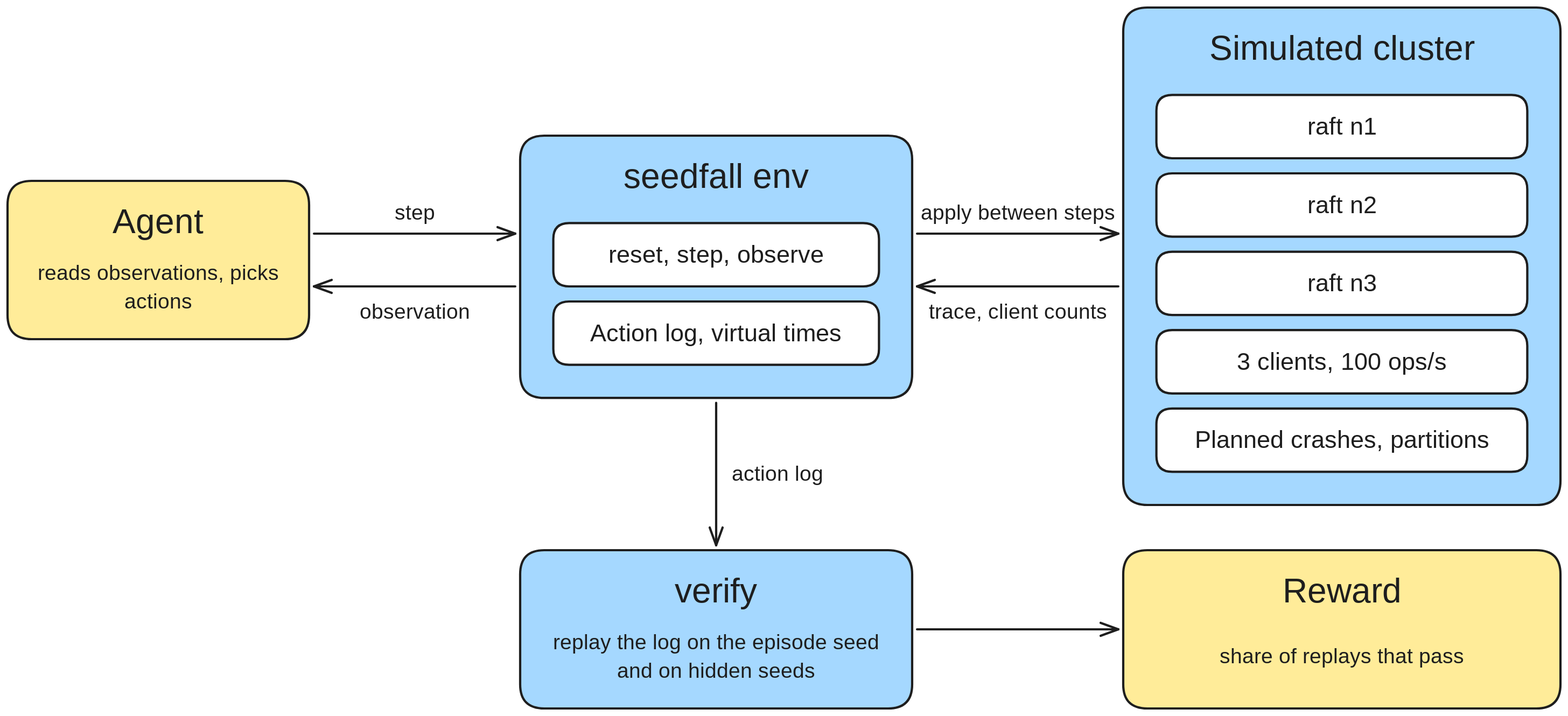
This is docs/assets/diagrams/operator.svg from kunalgoesbyken/seedfall, a Excalidraw export, as it was before one commit. Source tidied: one line per element, renumbered; positions are measured from the earlier drawing's top-left corner, leaving out a move shared by most shapes.
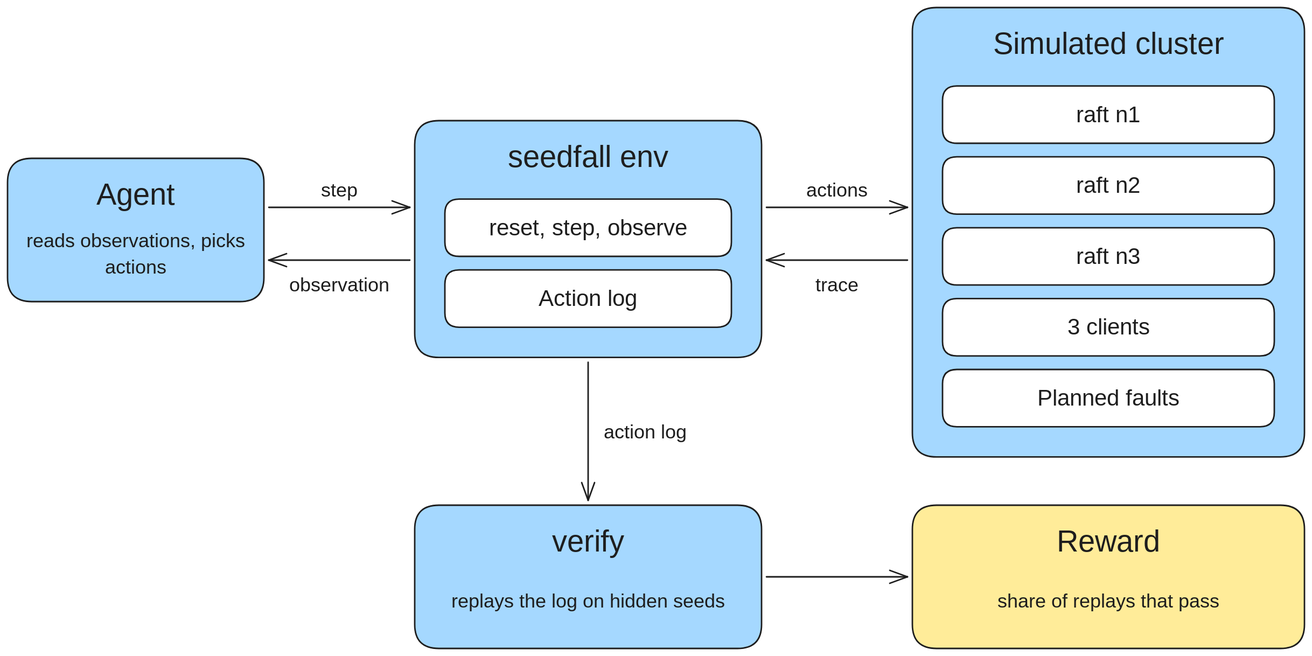
The same diagram one commit later.

What changed in the source:
```diff
@@ -1,51 +1,51 @@
-{"id": 0, "type": "rectangle", "strokeColor": "#1e1e1e", "backgroundColor": "#ffec99", "fillStyle": "solid", "strokeWidth": 3, "roughness": 0, "round": true, "x": 0, "y": 230, "width": 400, "height": 210}
-{"id": 1, "type": "rectangle", "strokeColor": "transparent", "strokeWidth": 2, "roughness": 1, "x": 0, "y": 248, "width": 400, "height": 73}
-{"id": 2, "type": "rectangle", "strokeColor": "transparent", "strokeWidth": 2, "roughness": 1, "x": 20, "y": 320, "width": 360, "height": 102}
-{"id": 3, "type": "rectangle", "strokeColor": "#1e1e1e", "backgroundColor": "#a5d8ff", "fillStyle": "solid", "strokeWidth": 3, "roughness": 0, "round": true, "x": 680, "y": 170, "width": 520, "height": 348}
-{"id": 4, "type": "rectangle", "strokeColor": "transparent", "strokeWidth": 2, "roughness": 1, "x": 680, "y": 188, "width": 520, "height": 73}
-{"id": 5, "type": "rectangle", "strokeColor": "#1e1e1e", "backgroundColor": "#ffffff", "fillStyle": "solid", "strokeWidth": 3, "roughness": 0, "round": true, "x": 724, "y": 286, "width": 432, "height": 84}
-{"id": 6, "type": "rectangle", "strokeColor": "#1e1e1e", "backgroundColor": "#ffffff", "fillStyle": "solid", "strokeWidth": 3, "roughness": 0, "round": true, "x": 724, "y": 390, "width": 432, "height": 84}
-{"id": 7, "type": "rectangle", "strokeColor": "#1e1e1e", "backgroundColor": "#a5d8ff", "fillStyle": "solid", "strokeWidth": 3, "roughness": 0, "round": true, "x": 1480, "y": 0, "width": 580, "height": 660}
-{"id": 8, "type": "rectangle", "strokeColor": "transparent", "strokeWidth": 2, "roughness": 1, "x": 1480, "y": 18, "width": 580, "height": 73}
-{"id": 9, "type": "rectangle", "strokeColor": "#1e1e1e", "backgroundColor": "#ffffff", "fillStyle": "solid", "strokeWidth": 3, "roughness": 0, "round": true, "x": 1524, "y": 116, "width": 492, "height": 84}
-{"id": 10, "type": "rectangle", "strokeColor": "#1e1e1e", "backgroundColor": "#ffffff", "fillStyle": "solid", "strokeWidth": 3, "roughness": 0, "round": true, "x": 1524, "y": 220, "width": 492, "height": 84}
-{"id": 11, "type": "rectangle", "strokeColor": "#1e1e1e", "backgroundColor": "#ffffff", "fillStyle": "solid", "strokeWidth": 3, "roughness": 0, "round": true, "x": 1524, "y": 324, "width": 492, "height": 84}
-{"id": 12, "type": "rectangle", "strokeColor": "#1e1e1e", "backgroundColor": "#ffffff", "fillStyle": "solid", "strokeWidth": 3, "roughness": 0, "round": true, "x": 1524, "y": 428, "width": 492, "height": 84}
-{"id": 13, "type": "rectangle", "strokeColor": "#1e1e1e", "backgroundColor": "#ffffff", "fillStyle": "solid", "strokeWidth": 3, "roughness": 0, "round": true, "x": 1524, "y": 532, "width": 492, "height": 84}
-{"id": 14, "type": "arrow", "strokeColor": "#1e1e1e", "strokeWidth": 3, "roughness": 0, "endArrowhead": "arrow", "x": 406, "y": 300, "width": 267, "height": 0, "points": [[0, 0], [267, 0]]}
-{"id": 15, "type": "rectangle", "strokeColor": "transparent", "strokeWidth": 2, "roughness": 1, "x": 340, "y": 248, "width": 400, "height": 48}
-{"id": 16, "type": "arrow", "strokeColor": "#1e1e1e", "strokeWidth": 3, "roughness": 0, "endArrowhead": "arrow", "x": 674, "y": 370, "width": 267, "height": 0, "points": [[0, 0], [-267, 0]]}
-{"id": 17, "type": "rectangle", "strokeColor": "transparent", "strokeWidth": 2, "roughness": 1, "x": 340, "y": 380, "width": 400, "height": 48}
-{"id": 18, "type": "arrow", "strokeColor": "#1e1e1e", "strokeWidth": 3, "roughness": 0, "endArrowhead": "arrow", "x": 1206, "y": 300, "width": 267, "height": 0, "points": [[0, 0], [267, 0]]}
-{"id": 19, "type": "rectangle", "strokeColor": "transparent", "strokeWidth": 2, "roughness": 1, "x": 1140, "y": 248, "width": 400, "height": 48}
-{"id": 20, "type": "arrow", "strokeColor": "#1e1e1e", "strokeWidth": 3, "roughness": 0, "endArrowhead": "arrow", "x": 1474, "y": 370, "width": 267, "height": 0, "points": [[0, 0], [-267, 0]]}
-{"id": 21, "type": "rectangle", "strokeColor": "transparent", "strokeWidth": 2, "roughness": 1, "x": 1140, "y": 380, "width": 400, "height": 48}
-{"id": 22, "type": "arrow", "strokeColor": "#1e1e1e", "strokeWidth": 3, "roughness": 0, "endArrowhead": "arrow", "x": 940, "y": 524, "width": 0, "height": 189, "points": [[0, 0], [0, 189]]}
-{"id": 23, "type": "rectangle", "strokeColor": "transparent", "strokeWidth": 2, "roughness": 1, "x": 956, "y": 595, "width": 420, "height": 48}
-{"id": 24, "type": "rectangle", "strokeColor": "#1e1e1e", "backgroundColor": "#a5d8ff", "fillStyle": "solid", "strokeWidth": 3, "roughness": 0, "round": true, "x": 680, "y": 720, "width": 520, "height": 210}
-{"id": 25, "type": "rectangle", "strokeColor": "transparent", "strokeWidth": 2, "roughness": 1, "x": 680, "y": 738, "width": 520, "height": 73}
-{"id": 26, "type": "rectangle", "strokeColor": "transparent", "strokeWidth": 2, "roughness": 1, "x": 700, "y": 810, "width": 480, "height": 102}
-{"id": 27, "type": "arrow", "strokeColor": "#1e1e1e", "strokeWidth": 3, "roughness": 0, "endArrowhead": "arrow", "x": 1206, "y": 825, "width": 267, "height": 0, "points": [[0, 0], [267, 0]]}
-{"id": 28, "type": "rectangle", "strokeColor": "#1e1e1e", "backgroundColor": "#ffec99", "fillStyle": "solid", "strokeWidth": 3, "roughness": 0, "round": true, "x": 1480, "y": 720, "width": 580, "height": 210}
-{"id": 29, "type": "rectangle", "strokeColor": "transparent", "strokeWidth": 2, "roughness": 1, "x": 1480, "y": 738, "width": 580, "height": 73}
-{"id": 30, "type": "rectangle", "strokeColor": "transparent", "strokeWidth": 2, "roughness": 1, "x": 1500, "y": 810, "width": 540, "height": 102}
+{"id": 51, "type": "rectangle", "strokeColor": "#1e1e1e", "backgroundColor": "#a5d8ff", "fillStyle": "solid", "strokeWidth": 2, "roughness": 0, "round": true, "x": 0, "y": 200, "width": 340, "height": 190}
+{"id": 52, "type": "rectangle", "strokeColor": "transparent", "strokeWidth": 2, "roughness": 1, "x": 0, "y": 216, "width": 340, "height": 64}
+{"id": 53, "type": "rectangle", "strokeColor": "transparent", "strokeWidth": 2, "roughness": 1, "x": 20, "y": 280, "width": 300, "height": 94}
+{"id": 54, "type": "rectangle", "strokeColor": "#1e1e1e", "backgroundColor": "#a5d8ff", "fillStyle": "solid", "strokeWidth": 2, "roughness": 0, "round": true, "x": 540, "y": 150, "width": 460, "height": 314}
+{"id": 55, "type": "rectangle", "strokeColor": "transparent", "strokeWidth": 2, "roughness": 1, "x": 540, "y": 166, "width": 460, "height": 64}
+{"id": 56, "type": "rectangle", "strokeColor": "#1e1e1e", "backgroundColor": "#ffffff", "fillStyle": "solid", "strokeWidth": 2, "roughness": 0, "round": true, "x": 580, "y": 254, "width": 380, "height": 76}
+{"id": 57, "type": "rectangle", "strokeColor": "#1e1e1e", "backgroundColor": "#ffffff", "fillStyle": "solid", "strokeWidth": 2, "roughness": 0, "round": true, "x": 580, "y": 348, "width": 380, "height": 76}
+{"id": 58, "type": "rectangle", "strokeColor": "#1e1e1e", "backgroundColor": "#a5d8ff", "fillStyle": "solid", "strokeWidth": 2, "roughness": 0, "round": true, "x": 1200, "y": 0, "width": 520, "height": 596}
+{"id": 59, "type": "rectangle", "strokeColor": "transparent", "strokeWidth": 2, "roughness": 1, "x": 1200, "y": 16, "width": 520, "height": 64}
+{"id": 60, "type": "rectangle", "strokeColor": "#1e1e1e", "backgroundColor": "#ffffff", "fillStyle": "solid", "strokeWidth": 2, "roughness": 0, "round": true, "x": 1240, "y": 104, "width": 440, "height": 76}
+{"id": 61, "type": "rectangle", "strokeColor": "#1e1e1e", "backgroundColor": "#ffffff", "fillStyle": "solid", "strokeWidth": 2, "roughness": 0, "round": true, "x": 1240, "y": 198, "width": 440, "height": 76}
+{"id": 62, "type": "rectangle", "strokeColor": "#1e1e1e", "backgroundColor": "#ffffff", "fillStyle": "solid", "strokeWidth": 2, "roughness": 0, "round": true, "x": 1240, "y": 292, "width": 440, "height": 76}
+{"id": 63, "type": "rectangle", "strokeColor": "#1e1e1e", "backgroundColor": "#ffffff", "fillStyle": "solid", "strokeWidth": 2, "roughness": 0, "round": true, "x": 1240, "y": 386, "width": 440, "height": 76}
+{"id": 64, "type": "rectangle", "strokeColor": "#1e1e1e", "backgroundColor": "#ffffff", "fillStyle": "solid", "strokeWidth": 2, "roughness": 0, "round": true, "x": 1240, "y": 480, "width": 440, "height": 76}
+{"id": 65, "type": "arrow", "strokeColor": "#1e1e1e", "strokeWidth": 2, "roughness": 0, "endArrowhead": "arrow", "x": 346, "y": 265, "width": 187, "height": 0, "points": [[0, 0], [187, 0]]}
+{"id": 66, "type": "rectangle", "strokeColor": "transparent", "strokeWidth": 2, "roughness": 1, "x": 300, "y": 219, "width": 280, "height": 46}
+{"id": 67, "type": "arrow", "strokeColor": "#1e1e1e", "strokeWidth": 2, "roughness": 0, "endArrowhead": "arrow", "x": 534, "y": 335, "width": 187, "height": 0, "points": [[0, 0], [-187, 0]]}
+{"id": 68, "type": "rectangle", "strokeColor": "transparent", "strokeWidth": 2, "roughness": 1, "x": 300, "y": 345, "width": 280, "height": 46}
+{"id": 69, "type": "arrow", "strokeColor": "#1e1e1e", "strokeWidth": 2, "roughness": 0, "endArrowhead": "arrow", "x": 1006, "y": 265, "width": 187, "height": 0, "points": [[0, 0], [187, 0]]}
+{"id": 70, "type": "rectangle", "strokeColor": "transparent", "strokeWidth": 2, "roughness": 1, "x": 960, "y": 219, "width": 280, "height": 46}
+{"id": 71, "type": "arrow", "strokeColor": "#1e1e1e", "strokeWidth": 2, "roughness": 0, "endArrowhead": "arrow", "x": 1194, "y": 335, "width": 187, "height": 0, "points": [[0, 0], [-187, 0]]}
+{"id": 72, "type": "rectangle", "strokeColor": "transparent", "strokeWidth": 2, "roughness": 1, "x": 960, "y": 345, "width": 280, "height": 46}
+{"id": 73, "type": "arrow", "strokeColor": "#1e1e1e", "strokeWidth": 2, "roughness": 0, "endArrowhead": "arrow", "x": 770, "y": 470, "width": 0, "height": 183, "points": [[0, 0], [0, 183]]}
+{"id": 74, "type": "rectangle", "strokeColor": "transparent", "strokeWidth": 2, "roughness": 1, "x": 786, "y": 540, "width": 143, "height": 46}
+{"id": 75, "type": "rectangle", "strokeColor": "#1e1e1e", "backgroundColor": "#a5d8ff", "fillStyle": "solid", "strokeWidth": 2, "roughness": 0, "round": true, "x": 540, "y": 660, "width": 460, "height": 190}
+{"id": 76, "type": "rectangle", "strokeColor": "transparent", "strokeWidth": 2, "roughness": 1, "x": 540, "y": 676, "width": 460, "height": 64}
+{"id": 77, "type": "rectangle", "strokeColor": "transparent", "strokeWidth": 2, "roughness": 1, "x": 560, "y": 740, "width": 420, "height": 94}
+{"id": 78, "type": "arrow", "strokeColor": "#1e1e1e", "strokeWidth": 2, "roughness": 0, "endArrowhead": "arrow", "x": 1006, "y": 755, "width": 187, "height": 0, "points": [[0, 0], [187, 0]]}
+{"id": 79, "type": "rectangle", "strokeColor": "#1e1e1e", "backgroundColor": "#ffec99", "fillStyle": "solid", "strokeWidth": 2, "roughness": 0, "round": true, "x": 1200, "y": 660, "width": 520, "height": 190}
+{"id": 80, "type": "rectangle", "strokeColor": "transparent", "strokeWidth": 2, "roughness": 1, "x": 1200, "y": 676, "width": 520, "height": 64}
+{"id": 81, "type": "rectangle", "strokeColor": "transparent", "strokeWidth": 2, "roughness": 1, "x": 1220, "y": 740, "width": 480, "height": 94}
-{"id": 31, "type": "text", "text": "Agent", "strokeColor": "#1e1e1e", "strokeWidth": 2, "roughness": 1, "fontSize": 46, "fontFamily": 6, "textAlign": "center", "verticalAlign": "middle", "inside": 1, "x": 139, "y": 253, "width": 122, "height": 62}
+{"id": 31, "type": "text", "text": "Agent", "strokeColor": "#1e1e1e", "strokeWidth": 2, "roughness": 1, "fontSize": 40, "fontFamily": 6, "textAlign": "center", "verticalAlign": "middle", "inside": 52, "x": 117, "y": 221, "width": 106, "height": 54}
-{"id": 32, "type": "text", "text": "reads observations, picks\nactions", "strokeColor": "#1e1e1e", "strokeWidth": 2, "roughness": 1, "fontSize": 28, "fontFamily": 6, "textAlign": "center", "verticalAlign": "middle", "inside": 2, "x": 46, "y": 333, "width": 308, "height": 76}
+{"id": 32, "type": "text", "text": "reads observations, picks\nactions", "strokeColor": "#1e1e1e", "strokeWidth": 2, "roughness": 1, "fontSize": 26, "fontFamily": 6, "textAlign": "center", "verticalAlign": "middle", "inside": 53, "x": 27, "y": 292, "width": 286, "height": 70}
-{"id": 33, "type": "text", "text": "seedfall env", "strokeColor": "#1e1e1e", "strokeWidth": 2, "roughness": 1, "fontSize": 46, "fontFamily": 6, "textAlign": "center", "verticalAlign": "middle", "inside": 4, "x": 820, "y": 193, "width": 240, "height": 62}
+{"id": 33, "type": "text", "text": "seedfall env", "strokeColor": "#1e1e1e", "strokeWidth": 2, "roughness": 1, "fontSize": 40, "fontFamily": 6, "textAlign": "center", "verticalAlign": "middle", "inside": 55, "x": 666, "y": 171, "width": 208, "height": 54}
-{"id": 34, "type": "text", "text": "reset, step, observe", "strokeColor": "#1e1e1e", "strokeWidth": 2, "roughness": 1, "fontSize": 32, "fontFamily": 6, "textAlign": "center", "verticalAlign": "middle", "inside": 5, "x": 804, "y": 306, "width": 272, "height": 43}
+{"id": 34, "type": "text", "text": "reset, step, observe", "strokeColor": "#1e1e1e", "strokeWidth": 2, "roughness": 1, "fontSize": 30, "fontFamily": 6, "textAlign": "center", "verticalAlign": "middle", "inside": 56, "x": 643, "y": 272, "width": 255, "height": 40}
-{"id": 35, "type": "text", "text": "Action log, virtual times", "strokeColor": "#1e1e1e", "strokeWidth": 2, "roughness": 1, "fontSize": 32, "fontFamily": 6, "textAlign": "center", "verticalAlign": "middle", "inside": 6, "x": 773, "y": 410, "width": 334, "height": 43}
+{"id": 82, "type": "text", "text": "Action log", "strokeColor": "#1e1e1e", "strokeWidth": 2, "roughness": 1, "fontSize": 30, "fontFamily": 6, "textAlign": "center", "verticalAlign": "middle", "inside": 57, "x": 702, "y": 366, "width": 136, "height": 40}
-{"id": 36, "type": "text", "text": "Simulated cluster", "strokeColor": "#1e1e1e", "strokeWidth": 2, "roughness": 1, "fontSize": 46, "fontFamily": 6, "textAlign": "center", "verticalAlign": "middle", "inside": 8, "x": 1596, "y": 23, "width": 348, "height": 62}
+{"id": 36, "type": "text", "text": "Simulated cluster", "strokeColor": "#1e1e1e", "strokeWidth": 2, "roughness": 1, "fontSize": 40, "fontFamily": 6, "textAlign": "center", "verticalAlign": "middle", "inside": 59, "x": 1309, "y": 21, "width": 303, "height": 54}
-{"id": 37, "type": "text", "text": "raft n1", "strokeColor": "#1e1e1e", "strokeWidth": 2, "roughness": 1, "fontSize": 32, "fontFamily": 6, "textAlign": "center", "verticalAlign": "middle", "inside": 9, "x": 1724, "y": 136, "width": 93, "height": 43}
+{"id": 37, "type": "text", "text": "raft n1", "strokeColor": "#1e1e1e", "strokeWidth": 2, "roughness": 1, "fontSize": 30, "fontFamily": 6, "textAlign": "center", "verticalAlign": "middle", "inside": 60, "x": 1416, "y": 122, "width": 87, "height": 40}
-{"id": 38, "type": "text", "text": "raft n2", "strokeColor": "#1e1e1e", "strokeWidth": 2, "roughness": 1, "fontSize": 32, "fontFamily": 6, "textAlign": "center", "verticalAlign": "middle", "inside": 10, "x": 1724, "y": 240, "width": 93, "height": 43}
+{"id": 38, "type": "text", "text": "raft n2", "strokeColor": "#1e1e1e", "strokeWidth": 2, "roughness": 1, "fontSize": 30, "fontFamily": 6, "textAlign": "center", "verticalAlign": "middle", "inside": 61, "x": 1416, "y": 216, "width": 87, "height": 40}
-{"id": 39, "type": "text", "text": "raft n3", "strokeColor": "#1e1e1e", "strokeWidth": 2, "roughness": 1, "fontSize": 32, "fontFamily": 6, "textAlign": "center", "verticalAlign": "middle", "inside": 11, "x": 1724, "y": 344, "width": 93, "height": 43}
+{"id": 39, "type": "text", "text": "raft n3", "strokeColor": "#1e1e1e", "strokeWidth": 2, "roughness": 1, "fontSize": 30, "fontFamily": 6, "textAlign": "center", "verticalAlign": "middle", "inside": 62, "x": 1416, "y": 310, "width": 87, "height": 40}
-{"id": 40, "type": "text", "text": "3 clients, 100 ops/s", "strokeColor": "#1e1e1e", "strokeWidth": 2, "roughness": 1, "fontSize": 32, "fontFamily": 6, "textAlign": "center", "verticalAlign": "middle", "inside": 12, "x": 1636, "y": 448, "width": 269, "height": 43}
-{"id": 41, "type": "text", "text": "Planned crashes, partitions", "strokeColor": "#1e1e1e", "strokeWidth": 2, "roughness": 1, "fontSize": 32, "fontFamily": 6, "textAlign": "center", "verticalAlign": "middle", "inside": 13, "x": 1582, "y": 552, "width": 377, "height": 43}
+{"id": 83, "type": "text", "text": "3 clients", "strokeColor": "#1e1e1e", "strokeWidth": 2, "roughness": 1, "fontSize": 30, "fontFamily": 6, "textAlign": "center", "verticalAlign": "middle", "inside": 63, "x": 1406, "y": 404, "width": 108, "height": 40}
+{"id": 84, "type": "text", "text": "Planned faults", "strokeColor": "#1e1e1e", "strokeWidth": 2, "roughness": 1, "fontSize": 30, "fontFamily": 6, "textAlign": "center", "verticalAlign": "middle", "inside": 64, "x": 1367, "y": 498, "width": 187, "height": 40}
-{"id": 42, "type": "text", "text": "step", "strokeColor": "#1e1e1e", "strokeWidth": 2, "roughness": 1, "fontSize": 28, "fontFamily": 6, "textAlign": "center", "verticalAlign": "middle", "inside": 15, "x": 514, "y": 253, "width": 52, "height": 38}
+{"id": 42, "type": "text", "text": "step", "strokeColor": "#1e1e1e", "strokeWidth": 2, "roughness": 1, "fontSize": 26, "fontFamily": 6, "textAlign": "center", "verticalAlign": "middle", "inside": 66, "x": 416, "y": 224, "width": 49, "height": 35}
-{"id": 43, "type": "text", "text": "observation", "strokeColor": "#1e1e1e", "strokeWidth": 2, "roughness": 1, "fontSize": 28, "fontFamily": 6, "textAlign": "center", "verticalAlign": "middle", "inside": 17, "x": 467, "y": 385, "width": 146, "height": 38}
+{"id": 43, "type": "text", "text": "observation", "strokeColor": "#1e1e1e", "strokeWidth": 2, "roughness": 1, "fontSize": 26, "fontFamily": 6, "textAlign": "center", "verticalAlign": "middle", "inside": 68, "x": 372, "y": 350, "width": 135, "height": 35}
-{"id": 44, "type": "text", "text": "apply between steps", "strokeColor": "#1e1e1e", "strokeWidth": 2, "roughness": 1, "fontSize": 28, "fontFamily": 6, "textAlign": "center", "verticalAlign": "middle", "inside": 19, "x": 1214, "y": 253, "width": 253, "height": 38}
-{"id": 45, "type": "text", "text": "trace, client counts", "strokeColor": "#1e1e1e", "strokeWidth": 2, "roughness": 1, "fontSize": 28, "fontFamily": 6, "textAlign": "center", "verticalAlign": "middle", "inside": 21, "x": 1224, "y": 385, "width": 231, "height": 38}
+{"id": 85, "type": "text", "text": "actions", "strokeColor": "#1e1e1e", "strokeWidth": 2, "roughness": 1, "fontSize": 26, "fontFamily": 6, "textAlign": "center", "verticalAlign": "middle", "inside": 70, "x": 1059, "y": 224, "width": 81, "height": 35}
+{"id": 86, "type": "text", "text": "trace", "strokeColor": "#1e1e1e", "strokeWidth": 2, "roughness": 1, "fontSize": 26, "fontFamily": 6, "textAlign": "center", "verticalAlign": "middle", "inside": 72, "x": 1072, "y": 350, "width": 57, "height": 35}
-{"id": 46, "type": "text", "text": "action log", "strokeColor": "#1e1e1e", "strokeWidth": 2, "roughness": 1, "fontSize": 28, "fontFamily": 6, "verticalAlign": "middle", "inside": 23, "x": 961, "y": 600, "width": 123, "height": 38}
+{"id": 46, "type": "text", "text": "action log", "strokeColor": "#1e1e1e", "strokeWidth": 2, "roughness": 1, "fontSize": 26, "fontFamily": 6, "verticalAlign": "middle", "inside": 74, "x": 791, "y": 545, "width": 114, "height": 35}
-{"id": 47, "type": "text", "text": "verify", "strokeColor": "#1e1e1e", "strokeWidth": 2, "roughness": 1, "fontSize": 46, "fontFamily": 6, "textAlign": "center", "verticalAlign": "middle", "inside": 25, "x": 885, "y": 743, "width": 110, "height": 62}
+{"id": 47, "type": "text", "text": "verify", "strokeColor": "#1e1e1e", "strokeWidth": 2, "roughness": 1, "fontSize": 40, "fontFamily": 6, "textAlign": "center", "verticalAlign": "middle", "inside": 76, "x": 722, "y": 681, "width": 96, "height": 54}
-{"id": 48, "type": "text", "text": "replay the log on the episode seed\nand on hidden seeds", "strokeColor": "#1e1e1e", "strokeWidth": 2, "roughness": 1, "fontSize": 28, "fontFamily": 6, "textAlign": "center", "verticalAlign": "middle", "inside": 26, "x": 726, "y": 823, "width": 428, "height": 76}
+{"id": 87, "type": "text", "text": "replays the log on hidden seeds", "strokeColor": "#1e1e1e", "strokeWidth": 2, "roughness": 1, "fontSize": 26, "fontFamily": 6, "textAlign": "center", "verticalAlign": "middle", "inside": 77, "x": 588, "y": 769, "width": 365, "height": 35}
-{"id": 49, "type": "text", "text": "Reward", "strokeColor": "#1e1e1e", "strokeWidth": 2, "roughness": 1, "fontSize": 46, "fontFamily": 6, "textAlign": "center", "verticalAlign": "middle", "inside": 29, "x": 1695, "y": 743, "width": 149, "height": 62}
+{"id": 49, "type": "text", "text": "Reward", "strokeColor": "#1e1e1e", "strokeWidth": 2, "roughness": 1, "fontSize": 40, "fontFamily": 6, "textAlign": "center", "verticalAlign": "middle", "inside": 80, "x": 1395, "y": 681, "width": 130, "height": 54}
-{"id": 50, "type": "text", "text": "share of replays that pass", "strokeColor": "#1e1e1e", "strokeWidth": 2, "roughness": 1, "fontSize": 28, "fontFamily": 6, "textAlign": "center", "verticalAlign": "middle", "inside": 30, "x": 1614, "y": 842, "width": 311, "height": 38}
+{"id": 50, "type": "text", "text": "share of replays that pass", "strokeColor": "#1e1e1e", "strokeWidth": 2, "roughness": 1, "fontSize": 26, "fontFamily": 6, "textAlign": "center", "verticalAlign": "middle", "inside": 81, "x": 1315, "y": 769, "width": 289, "height": 35}
```
